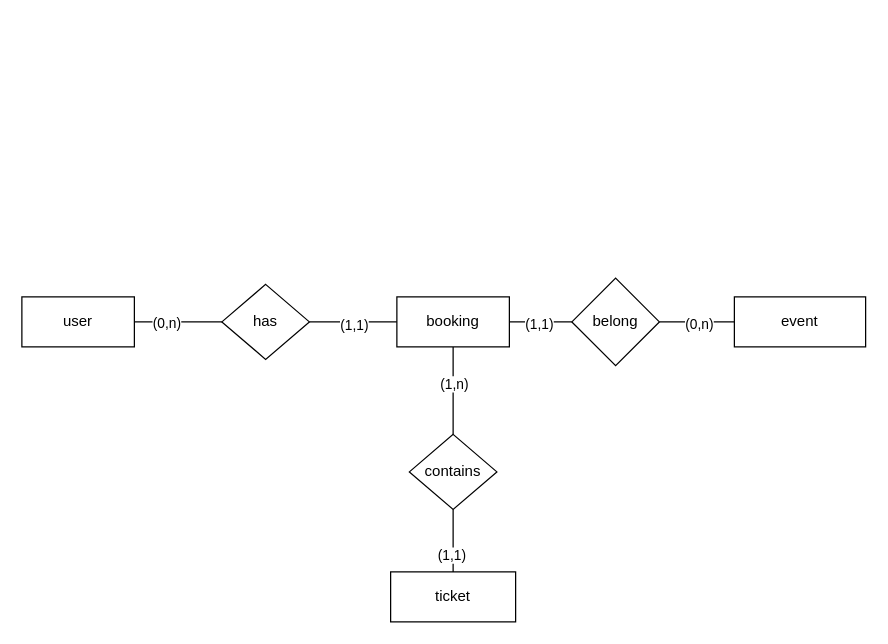
Earlier version of the draw.io diagram docs/erd.drawio (Cuongzip/event-booking-api). Source tidied: cells renumbered, new cells numbered last; positions are measured from the earlier drawing's top-left corner, leaving out a move shared by most shapes. Both pictures are drawn from the tidied source at 125%, with x=0, y=0 at pixel (21, 278).
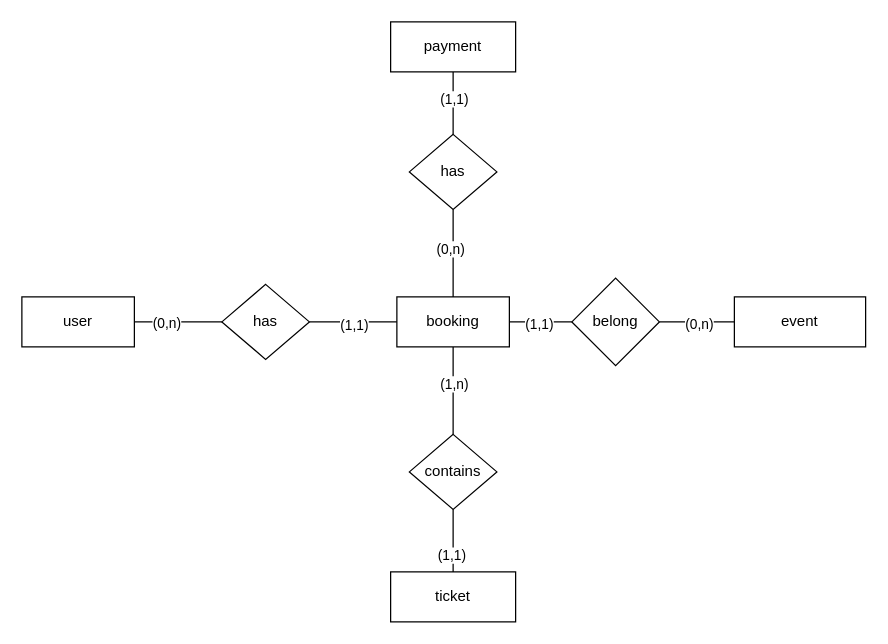
The same page after the edit.

Unchanged cells that the change refers to:
```xml
<mxCell id="14" value="booking" style="rounded=0;whiteSpace=wrap;html=1;" parent="1" vertex="1">
  <mxGeometry x="300" y="15" width="90" height="40" as="geometry" />
</mxCell>
```

The edit, as a diff of the source:
```diff
@@
+    <mxCell id="21" value="has" style="rhombus;whiteSpace=wrap;html=1;" parent="1" vertex="1">
+      <mxGeometry x="310" y="-115" width="70" height="60" as="geometry" />
+    </mxCell>
+    <mxCell id="22" style="endArrow=none;html=1;rounded=0;" parent="1" edge="1" source="14" target="21">
+      <mxGeometry relative="1" as="geometry" />
+    </mxCell>
+    <mxCell id="23" value="(0,n)" style="edgeLabel;html=1;align=center;verticalAlign=middle;" parent="22" vertex="1">
+      <mxGeometry x="0.11" y="3" relative="1" as="geometry" />
+    </mxCell>
+    <mxCell id="24" value="payment" style="rounded=0;whiteSpace=wrap;html=1;" parent="1" vertex="1">
+      <mxGeometry x="295" y="-205" width="100" height="40" as="geometry" />
+    </mxCell>
+    <mxCell id="25" style="endArrow=none;html=1;rounded=0;" parent="1" edge="1" source="21" target="24">
+      <mxGeometry relative="1" as="geometry" />
+    </mxCell>
+    <mxCell id="26" value="(1,1)" style="edgeLabel;html=1;align=center;verticalAlign=middle;" parent="25" vertex="1">
+      <mxGeometry x="0.16" relative="1" as="geometry" />
+    </mxCell>
```
